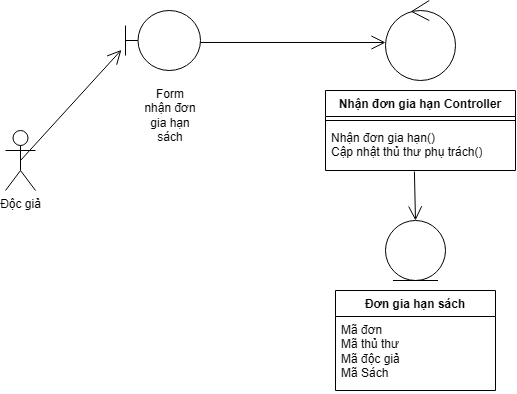
Earlier version of the draw.io export Class Diagram/Analysis Class Diagram/UC gia hạn sách/Actor Độc giả.drawio.png (kimcuongdev/LibrarySystemAD). Source tidied: cells renumbered, new cells last; positions are measured from the earlier drawing's top-left corner, leaving out a move shared by most shapes.
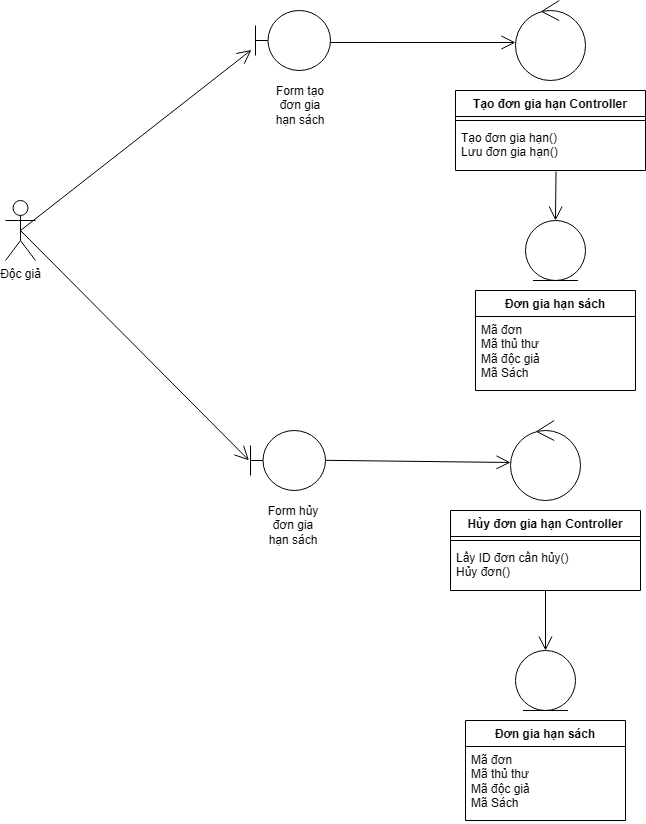
After the commit.

What changed in the source:
```diff
@@ -1,45 +1,86 @@
 <mxGraphModel>
   <root>
-    <mxCell id="0" />
-    <mxCell id="1" parent="0" />
+    <mxCell id="15" />
+    <mxCell id="16" parent="15" />
-    <mxCell id="2" value="Độc giả" style="shape=umlActor;verticalLabelPosition=bottom;verticalAlign=top;html=1;outlineConnect=0;" parent="1" vertex="1">
+    <mxCell id="2" value="Độc giả" style="shape=umlActor;verticalLabelPosition=bottom;verticalAlign=top;html=1;outlineConnect=0;" parent="16" vertex="1">
       <mxGeometry y="130" width="30" height="60" as="geometry" />
     </mxCell>
-    <mxCell id="3" style="shape=umlBoundary;whiteSpace=wrap;html=1;" parent="1" vertex="1">
-      <mxGeometry x="120" y="10" width="75" height="60" as="geometry" />
-    </mxCell>
-    <mxCell id="4" value="Form nhận đơn gia hạn sách" style="text;html=1;align=center;verticalAlign=middle;whiteSpace=wrap;rounded=0;" parent="1" vertex="1">
-      <mxGeometry x="135" y="100" width="60" height="30" as="geometry" />
-    </mxCell>
-    <mxCell id="5" style="ellipse;shape=umlControl;whiteSpace=wrap;html=1;" parent="1" vertex="1">
-      <mxGeometry x="380" width="70" height="80" as="geometry" />
-    </mxCell>
-    <mxCell id="6" value="Nhận đơn gia hạn Controller" style="swimlane;fontStyle=1;align=center;verticalAlign=top;horizontal=1;startSize=26;whiteSpace=wrap;html=1;" parent="1" vertex="1">
-      <mxGeometry x="320" y="90" width="190" height="80" as="geometry" />
-    </mxCell>
-    <mxCell id="7" style="line;strokeWidth=1;fillColor=none;align=left;verticalAlign=middle;spacingTop=-1;spacingLeft=3;spacingRight=3;labelPosition=right;strokeColor=inherit;" parent="6" vertex="1">
-      <mxGeometry y="26" width="190" height="8" as="geometry" />
-    </mxCell>
-    <mxCell id="8" value="Nhận đơn gia hạn()&lt;div&gt;Cập nhật thủ thư phụ trách()&lt;/div&gt;" style="text;strokeColor=none;fillColor=none;align=left;verticalAlign=top;spacingLeft=4;spacingRight=4;overflow=hidden;points=[[0,0.5],[1,0.5]];portConstraint=eastwest;whiteSpace=wrap;html=1;" parent="6" vertex="1">
-      <mxGeometry y="34" width="190" height="46" as="geometry" />
-    </mxCell>
-    <mxCell id="9" value="Đơn gia hạn sách" style="swimlane;fontStyle=1;align=center;verticalAlign=top;horizontal=1;startSize=26;whiteSpace=wrap;html=1;" parent="1" vertex="1">
-      <mxGeometry x="330" y="290" width="160" height="100" as="geometry" />
-    </mxCell>
-    <mxCell id="10" value="&lt;div&gt;Mã đơn&lt;/div&gt;Mã thủ thư&lt;div&gt;Mã độc giả&lt;/div&gt;&lt;div&gt;Mã Sách&lt;/div&gt;" style="text;strokeColor=none;fillColor=none;align=left;verticalAlign=top;spacingLeft=4;spacingRight=4;overflow=hidden;whiteSpace=wrap;html=1;" parent="9" vertex="1">
-      <mxGeometry y="26" width="160" height="74" as="geometry" />
-    </mxCell>
-    <mxCell id="11" style="endArrow=open;endFill=1;endSize=12;html=1;rounded=0;exitX=0.468;exitY=1.022;exitDx=0;exitDy=0;exitPerimeter=0;entryX=0.5;entryY=0;entryDx=0;entryDy=0;" parent="1" edge="1" source="8" target="14">
-      <mxGeometry relative="1" as="geometry" />
-    </mxCell>
-    <mxCell id="12" style="endArrow=open;endFill=1;endSize=12;html=1;rounded=0;exitX=1;exitY=0.533;exitDx=0;exitDy=0;exitPerimeter=0;entryX=0;entryY=0.525;entryDx=0;entryDy=0;entryPerimeter=0;" parent="1" edge="1" source="3" target="5">
-      <mxGeometry relative="1" as="geometry" />
-    </mxCell>
-    <mxCell id="13" style="endArrow=open;endFill=1;endSize=12;html=1;rounded=0;exitX=0.5;exitY=0.5;exitDx=0;exitDy=0;exitPerimeter=0;entryX=-0.055;entryY=0.657;entryDx=0;entryDy=0;entryPerimeter=0;" parent="1" edge="1" source="2" target="3">
-      <mxGeometry relative="1" as="geometry" />
-    </mxCell>
-    <mxCell id="14" style="ellipse;shape=umlEntity;whiteSpace=wrap;html=1;" parent="1" vertex="1">
-      <mxGeometry x="380" y="220" width="60" height="60" as="geometry" />
-    </mxCell>
+    <mxCell id="17" style="shape=umlBoundary;whiteSpace=wrap;html=1;" parent="16" vertex="1">
+      <mxGeometry x="250" y="-60" width="75" height="60" as="geometry" />
+    </mxCell>
+    <mxCell id="18" value="Form tạo đơn gia hạn sách" style="text;html=1;align=center;verticalAlign=middle;whiteSpace=wrap;rounded=0;" parent="16" vertex="1">
+      <mxGeometry x="265" y="20" width="60" height="30" as="geometry" />
+    </mxCell>
+    <mxCell id="19" style="ellipse;shape=umlControl;whiteSpace=wrap;html=1;" parent="16" vertex="1">
+      <mxGeometry x="510" y="-70" width="70" height="80" as="geometry" />
+    </mxCell>
+    <mxCell id="20" value="Tạo đơn gia hạn Controller" style="swimlane;fontStyle=1;align=center;verticalAlign=top;horizontal=1;startSize=26;whiteSpace=wrap;html=1;" parent="16" vertex="1">
+      <mxGeometry x="450" y="20" width="190" height="80" as="geometry" />
+    </mxCell>
+    <mxCell id="21" style="line;strokeWidth=1;fillColor=none;align=left;verticalAlign=middle;spacingTop=-1;spacingLeft=3;spacingRight=3;labelPosition=right;strokeColor=inherit;" parent="20" vertex="1">
+      <mxGeometry y="26" width="190" height="8" as="geometry" />
+    </mxCell>
+    <mxCell id="22" value="Tạo đơn gia hạn()&lt;div&gt;&lt;span style=&quot;background-color: transparent; color: light-dark(rgb(0, 0, 0), rgb(255, 255, 255));&quot;&gt;Lưu đơn gia hạn()&lt;/span&gt;&lt;/div&gt;" style="text;strokeColor=none;fillColor=none;align=left;verticalAlign=top;spacingLeft=4;spacingRight=4;overflow=hidden;points=[[0,0.5],[1,0.5]];portConstraint=eastwest;whiteSpace=wrap;html=1;" parent="20" vertex="1">
+      <mxGeometry y="34" width="190" height="46" as="geometry" />
+    </mxCell>
+    <mxCell id="23" value="Đơn gia hạn sách" style="swimlane;fontStyle=1;align=center;verticalAlign=top;horizontal=1;startSize=26;whiteSpace=wrap;html=1;" parent="16" vertex="1">
+      <mxGeometry x="470" y="220" width="160" height="100" as="geometry" />
+    </mxCell>
+    <mxCell id="24" value="&lt;div&gt;Mã đơn&lt;/div&gt;Mã thủ thư&lt;div&gt;Mã độc giả&lt;/div&gt;&lt;div&gt;Mã Sách&lt;/div&gt;" style="text;strokeColor=none;fillColor=none;align=left;verticalAlign=top;spacingLeft=4;spacingRight=4;overflow=hidden;whiteSpace=wrap;html=1;" parent="23" vertex="1">
+      <mxGeometry y="26" width="160" height="74" as="geometry" />
+    </mxCell>
+    <mxCell id="25" style="endArrow=open;endFill=1;endSize=12;html=1;rounded=0;exitX=0.529;exitY=1.022;exitDx=0;exitDy=0;exitPerimeter=0;entryX=0.5;entryY=0;entryDx=0;entryDy=0;" parent="16" edge="1" source="22" target="28">
+      <mxGeometry relative="1" as="geometry" />
+    </mxCell>
+    <mxCell id="26" style="endArrow=open;endFill=1;endSize=12;html=1;rounded=0;exitX=1;exitY=0.533;exitDx=0;exitDy=0;exitPerimeter=0;entryX=0;entryY=0.525;entryDx=0;entryDy=0;entryPerimeter=0;" parent="16" edge="1" source="17" target="19">
+      <mxGeometry relative="1" as="geometry" />
+    </mxCell>
+    <mxCell id="27" style="endArrow=open;endFill=1;endSize=12;html=1;rounded=0;exitX=0.5;exitY=0.5;exitDx=0;exitDy=0;exitPerimeter=0;entryX=-0.055;entryY=0.657;entryDx=0;entryDy=0;entryPerimeter=0;" parent="16" edge="1" source="2" target="17">
+      <mxGeometry relative="1" as="geometry" />
+    </mxCell>
+    <mxCell id="28" style="ellipse;shape=umlEntity;whiteSpace=wrap;html=1;" parent="16" vertex="1">
+      <mxGeometry x="520" y="150" width="60" height="60" as="geometry" />
+    </mxCell>
+    <mxCell id="29" style="shape=umlBoundary;whiteSpace=wrap;html=1;" parent="16" vertex="1">
+      <mxGeometry x="245" y="360" width="75" height="60" as="geometry" />
+    </mxCell>
+    <mxCell id="30" value="Form hủy đơn gia hạn sách" style="text;html=1;align=center;verticalAlign=middle;whiteSpace=wrap;rounded=0;" parent="16" vertex="1">
+      <mxGeometry x="257.5" y="440" width="60" height="30" as="geometry" />
+    </mxCell>
+    <mxCell id="31" style="endArrow=open;endFill=1;endSize=12;html=1;rounded=0;exitX=0.5;exitY=0.5;exitDx=0;exitDy=0;exitPerimeter=0;entryX=-0.021;entryY=0.497;entryDx=0;entryDy=0;entryPerimeter=0;" parent="16" edge="1" source="2" target="29">
+      <mxGeometry relative="1" as="geometry" />
+    </mxCell>
+    <mxCell id="32" style="ellipse;shape=umlControl;whiteSpace=wrap;html=1;" parent="16" vertex="1">
+      <mxGeometry x="505" y="350" width="70" height="80" as="geometry" />
+    </mxCell>
+    <mxCell id="33" value="Hủy đơn gia hạn Controller" style="swimlane;fontStyle=1;align=center;verticalAlign=top;horizontal=1;startSize=26;whiteSpace=wrap;html=1;" parent="16" vertex="1">
+      <mxGeometry x="445" y="440" width="190" height="80" as="geometry" />
+    </mxCell>
+    <mxCell id="34" style="line;strokeWidth=1;fillColor=none;align=left;verticalAlign=middle;spacingTop=-1;spacingLeft=3;spacingRight=3;labelPosition=right;strokeColor=inherit;" parent="33" vertex="1">
+      <mxGeometry y="26" width="190" height="8" as="geometry" />
+    </mxCell>
+    <mxCell id="35" value="Lấy ID đơn cần hủy()&lt;div&gt;&lt;span style=&quot;background-color: transparent; color: light-dark(rgb(0, 0, 0), rgb(255, 255, 255));&quot;&gt;Hủy đơn()&lt;/span&gt;&lt;/div&gt;&lt;div&gt;&lt;span style=&quot;background-color: transparent; color: light-dark(rgb(0, 0, 0), rgb(255, 255, 255));&quot;&gt;&lt;br&gt;&lt;/span&gt;&lt;/div&gt;" style="text;strokeColor=none;fillColor=none;align=left;verticalAlign=top;spacingLeft=4;spacingRight=4;overflow=hidden;whiteSpace=wrap;html=1;" parent="33" vertex="1">
+      <mxGeometry y="34" width="190" height="46" as="geometry" />
+    </mxCell>
+    <mxCell id="36" style="endArrow=open;endFill=1;endSize=12;html=1;rounded=0;entryX=0.5;entryY=0;entryDx=0;entryDy=0;" parent="16" edge="1" target="41">
+      <mxGeometry relative="1" as="geometry">
+        <mxPoint x="540" y="520" as="sourcePoint" />
+      </mxGeometry>
+    </mxCell>
+    <mxCell id="37" style="endArrow=open;endFill=1;endSize=12;html=1;rounded=0;exitX=1.003;exitY=0.497;exitDx=0;exitDy=0;exitPerimeter=0;entryX=0;entryY=0.525;entryDx=0;entryDy=0;entryPerimeter=0;" parent="16" edge="1" source="29" target="32">
+      <mxGeometry relative="1" as="geometry" />
+    </mxCell>
+    <mxCell id="38" style="group;" parent="16" vertex="1">
+      <mxGeometry x="460" y="580" width="160" height="170" as="geometry" />
+    </mxCell>
+    <mxCell id="39" value="Đơn gia hạn sách" style="swimlane;fontStyle=1;align=center;verticalAlign=top;horizontal=1;startSize=26;whiteSpace=wrap;html=1;" parent="38" vertex="1">
+      <mxGeometry y="70" width="160" height="100" as="geometry" />
+    </mxCell>
+    <mxCell id="40" value="&lt;div&gt;Mã đơn&lt;/div&gt;Mã thủ thư&lt;div&gt;Mã độc giả&lt;/div&gt;&lt;div&gt;Mã Sách&lt;/div&gt;" style="text;strokeColor=none;fillColor=none;align=left;verticalAlign=top;spacingLeft=4;spacingRight=4;overflow=hidden;whiteSpace=wrap;html=1;" parent="39" vertex="1">
+      <mxGeometry y="26" width="160" height="74" as="geometry" />
+    </mxCell>
+    <mxCell id="41" style="ellipse;shape=umlEntity;whiteSpace=wrap;html=1;" parent="38" vertex="1">
+      <mxGeometry x="50" width="60" height="60" as="geometry" />
+    </mxCell>
   </root>
 </mxGraphModel>
```
